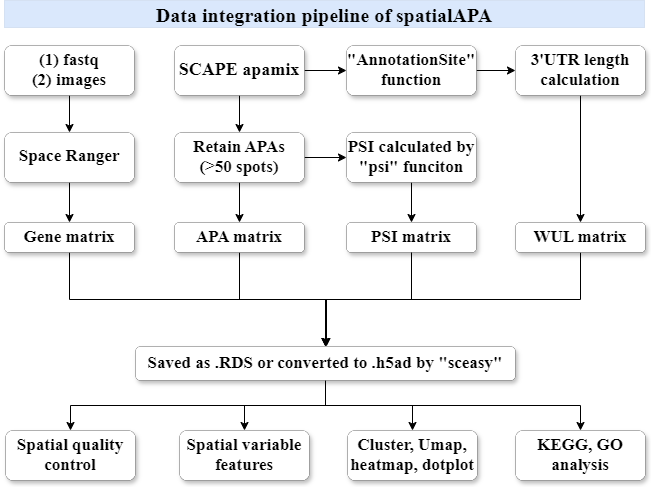
Above: image/spatialAPA.png in Omicslab-Zhang/spatialAPA (draw.io), before the change. Source tidied: cells renumbered, new cells last; positions are measured from the earlier drawing's top-left corner, leaving out a move shared by most shapes.
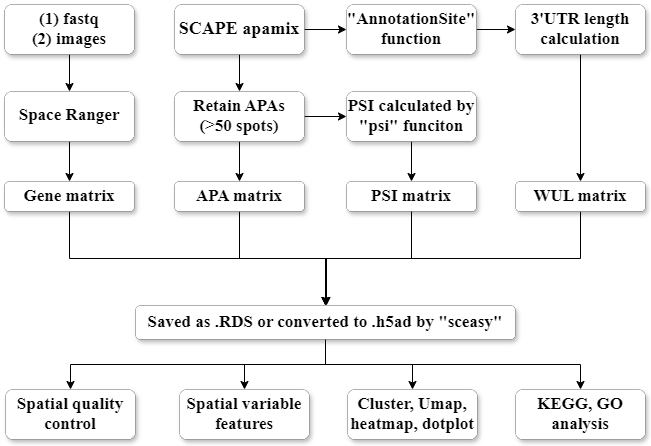
Above is the later version.

What changed in the source:
```diff
@@ -83,9 +83,6 @@
     <mxCell id="26" value="&lt;font size=&quot;1&quot; face=&quot;Times New Roman&quot;&gt;&lt;b style=&quot;font-size: 17px;&quot;&gt;Gene matrix&lt;/b&gt;&lt;/font&gt;" style="whiteSpace=wrap;html=1;verticalAlign=top;labelBackgroundColor=default;rounded=1;strokeWidth=0;shadow=1;spacingTop=-2;" parent="1" vertex="1">
       <mxGeometry y="222" width="130" height="30" as="geometry" />
     </mxCell>
-    <mxCell id="27" value="&lt;font face=&quot;Times New Roman, serif&quot;&gt;&lt;span style=&quot;font-size: 20px;&quot;&gt;&lt;b&gt;Data integration pipeline of spatialAPA&lt;/b&gt;&lt;/span&gt;&lt;/font&gt;" style="rounded=0;whiteSpace=wrap;html=1;align=center;fillColor=#dae8fc;strokeColor=#6c8ebf;strokeWidth=0;" parent="1" vertex="1">
-      <mxGeometry width="640" height="27" as="geometry" />
-    </mxCell>
     <mxCell id="28" style="edgeStyle=orthogonalEdgeStyle;rounded=0;jettySize=auto;html=1;" parent="1" edge="1" source="29" target="26">
       <mxGeometry relative="1" as="geometry" />
     </mxCell>
```
